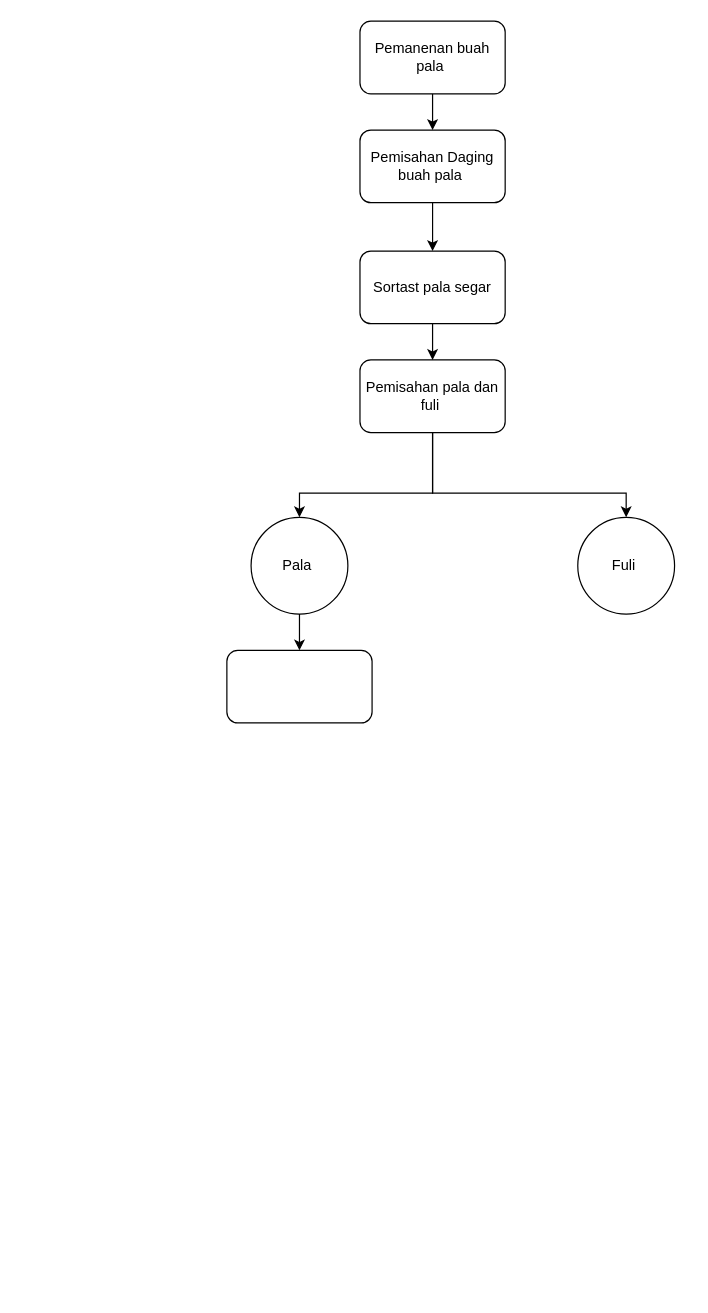
Before: alur pala gudang fakfak.drawio in dewikiswani/buku, a draw.io diagram. Source tidied: cells renumbered, new cells numbered last; positions are measured from the earlier drawing's top-left corner, leaving out a move shared by most shapes. Both pictures are drawn from the tidied source at 121%, with x=0, y=0 at pixel (226, 21).
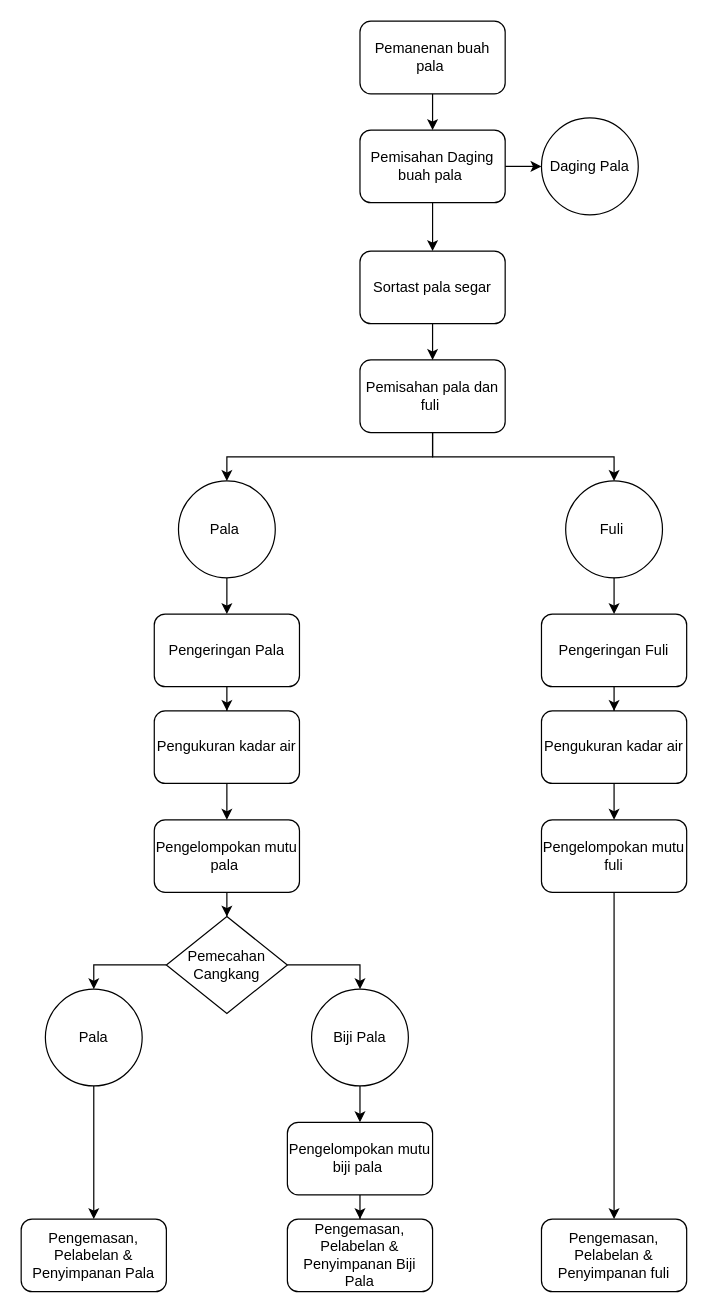
Above is the later version.

Unchanged cells that the change refers to:
```xml
<mxCell id="5" value="Pemisahan Daging buah pala&amp;nbsp;" style="whiteSpace=wrap;html=1;rounded=1;" parent="1" vertex="1">
  <mxGeometry x="110" y="90" width="120" height="60" as="geometry" />
</mxCell>
<mxCell id="9" value="Pemisahan pala dan fuli&amp;nbsp;" style="whiteSpace=wrap;html=1;rounded=1;" parent="1" vertex="1">
  <mxGeometry x="110" y="280" width="120" height="60" as="geometry" />
</mxCell>
```

Change to the diagram source:
```diff
@@
+    <mxCell id="15" style="edgeStyle=orthogonalEdgeStyle;rounded=0;jettySize=auto;html=1;exitX=1;exitY=0.5;exitDx=0;exitDy=0;entryX=0;entryY=0.5;entryDx=0;entryDy=0;" parent="1" edge="1" source="5" target="40">
+      <mxGeometry relative="1" as="geometry" />
+    </mxCell>
@@
     <mxCell id="8" style="edgeStyle=orthogonalEdgeStyle;rounded=0;jettySize=auto;html=1;entryX=0.5;entryY=0;entryDx=0;entryDy=0;" parent="1" edge="1" source="9" target="11">
       <mxGeometry relative="1" as="geometry">
         <Array as="points">
-          <mxPoint x="170" y="390" />
-          <mxPoint x="60" y="390" />
+          <mxPoint x="170" y="360" />
+          <mxPoint y="360" />
         </Array>
       </mxGeometry>
     </mxCell>
@@
     <mxCell id="11" value="Pala&amp;nbsp;" style="ellipse;whiteSpace=wrap;html=1;" parent="1" vertex="1">
-      <mxGeometry x="20" y="410" width="80" height="80" as="geometry" />
+      <mxGeometry x="-40" y="380" width="80" height="80" as="geometry" />
     </mxCell>
     <mxCell id="12" value="Fuli&amp;nbsp;" style="ellipse;whiteSpace=wrap;html=1;" parent="1" vertex="1">
-      <mxGeometry x="290" y="410" width="80" height="80" as="geometry" />
+      <mxGeometry x="280" y="380" width="80" height="80" as="geometry" />
     </mxCell>
     <mxCell id="13" style="edgeStyle=orthogonalEdgeStyle;rounded=0;jettySize=auto;html=1;exitX=0.5;exitY=1;exitDx=0;exitDy=0;entryX=0.5;entryY=0;entryDx=0;entryDy=0;" parent="1" edge="1" source="9" target="12">
       <mxGeometry relative="1" as="geometry">
         <Array as="points">
-          <mxPoint x="170" y="390" />
-          <mxPoint x="330" y="390" />
+          <mxPoint x="170" y="360" />
+          <mxPoint x="320" y="360" />
         </Array>
       </mxGeometry>
     </mxCell>
+    <mxCell id="16" style="edgeStyle=orthogonalEdgeStyle;rounded=0;jettySize=auto;html=1;" parent="1" edge="1" source="14" target="18">
+      <mxGeometry relative="1" as="geometry" />
+    </mxCell>
-    <mxCell id="14" style="rounded=1;whiteSpace=wrap;html=1;" parent="1" vertex="1">
-      <mxGeometry y="520" width="120" height="60" as="geometry" />
+    <mxCell id="14" value="Pengeringan Pala" style="rounded=1;whiteSpace=wrap;html=1;" parent="1" vertex="1">
+      <mxGeometry x="-60" y="490" width="120" height="60" as="geometry" />
     </mxCell>
+    <mxCell id="17" style="edgeStyle=orthogonalEdgeStyle;rounded=0;jettySize=auto;html=1;" parent="1" edge="1" source="18" target="20">
+      <mxGeometry relative="1" as="geometry" />
+    </mxCell>
+    <mxCell id="18" value="Pengukuran kadar air" style="rounded=1;whiteSpace=wrap;html=1;" parent="1" vertex="1">
+      <mxGeometry x="-60" y="570" width="120" height="60" as="geometry" />
+    </mxCell>
+    <mxCell id="19" style="edgeStyle=orthogonalEdgeStyle;rounded=0;jettySize=auto;html=1;" parent="1" edge="1" source="20" target="30">
+      <mxGeometry relative="1" as="geometry" />
+    </mxCell>
+    <mxCell id="20" value="Pengelompokan mutu pala&amp;nbsp;" style="rounded=1;whiteSpace=wrap;html=1;" parent="1" vertex="1">
+      <mxGeometry x="-60" y="660" width="120" height="60" as="geometry" />
+    </mxCell>
+    <mxCell id="21" style="edgeStyle=orthogonalEdgeStyle;rounded=0;jettySize=auto;html=1;" parent="1" edge="1" source="22" target="24">
+      <mxGeometry relative="1" as="geometry" />
+    </mxCell>
+    <mxCell id="22" value="Pengeringan Fuli" style="rounded=1;whiteSpace=wrap;html=1;" parent="1" vertex="1">
+      <mxGeometry x="260" y="490" width="120" height="60" as="geometry" />
+    </mxCell>
+    <mxCell id="23" style="edgeStyle=orthogonalEdgeStyle;rounded=0;jettySize=auto;html=1;" parent="1" edge="1" source="24" target="26">
+      <mxGeometry relative="1" as="geometry" />
+    </mxCell>
+    <mxCell id="24" value="Pengukuran kadar air" style="rounded=1;whiteSpace=wrap;html=1;" parent="1" vertex="1">
+      <mxGeometry x="260" y="570" width="120" height="60" as="geometry" />
+    </mxCell>
+    <mxCell id="25" style="edgeStyle=orthogonalEdgeStyle;rounded=0;jettySize=auto;html=1;exitX=0.5;exitY=1;exitDx=0;exitDy=0;entryX=0.5;entryY=0;entryDx=0;entryDy=0;" parent="1" edge="1" source="26" target="39">
+      <mxGeometry relative="1" as="geometry" />
+    </mxCell>
+    <mxCell id="26" value="Pengelompokan mutu fuli" style="rounded=1;whiteSpace=wrap;html=1;" parent="1" vertex="1">
+      <mxGeometry x="260" y="660" width="120" height="60" as="geometry" />
+    </mxCell>
+    <mxCell id="27" style="endArrow=classic;html=1;entryX=0.5;entryY=0;entryDx=0;entryDy=0;" parent="1" edge="1" target="22">
+      <mxGeometry relative="1" as="geometry">
+        <mxPoint x="320" y="460" as="sourcePoint" />
+      </mxGeometry>
+    </mxCell>
+    <mxCell id="28" style="edgeStyle=orthogonalEdgeStyle;rounded=0;jettySize=auto;html=1;entryX=0.5;entryY=0;entryDx=0;entryDy=0;" parent="1" edge="1" source="30" target="32">
+      <mxGeometry relative="1" as="geometry" />
+    </mxCell>
+    <mxCell id="29" style="edgeStyle=orthogonalEdgeStyle;rounded=0;jettySize=auto;html=1;entryX=0.5;entryY=0;entryDx=0;entryDy=0;" parent="1" edge="1" source="30" target="34">
+      <mxGeometry relative="1" as="geometry" />
+    </mxCell>
+    <mxCell id="30" value="Pemecahan Cangkang" style="rhombus;whiteSpace=wrap;html=1;rounded=0;" parent="1" vertex="1">
+      <mxGeometry x="-50" y="740" width="100" height="80" as="geometry" />
+    </mxCell>
+    <mxCell id="31" style="edgeStyle=orthogonalEdgeStyle;rounded=0;jettySize=auto;html=1;exitX=0.5;exitY=1;exitDx=0;exitDy=0;" parent="1" edge="1" source="32" target="36">
+      <mxGeometry relative="1" as="geometry" />
+    </mxCell>
+    <mxCell id="32" value="Biji Pala" style="ellipse;whiteSpace=wrap;html=1;rounded=0;" parent="1" vertex="1">
+      <mxGeometry x="70" y="800" width="80" height="80" as="geometry" />
+    </mxCell>
+    <mxCell id="33" style="edgeStyle=orthogonalEdgeStyle;rounded=0;jettySize=auto;html=1;exitX=0.5;exitY=1;exitDx=0;exitDy=0;entryX=0.5;entryY=0;entryDx=0;entryDy=0;" parent="1" edge="1" source="34" target="38">
+      <mxGeometry relative="1" as="geometry" />
+    </mxCell>
+    <mxCell id="34" value="Pala" style="ellipse;whiteSpace=wrap;html=1;rounded=0;" parent="1" vertex="1">
+      <mxGeometry x="-150" y="800" width="80" height="80" as="geometry" />
+    </mxCell>
+    <mxCell id="35" style="edgeStyle=orthogonalEdgeStyle;rounded=0;jettySize=auto;html=1;" parent="1" edge="1" source="36" target="37">
+      <mxGeometry relative="1" as="geometry" />
+    </mxCell>
+    <mxCell id="36" value="Pengelompokan mutu biji pala&amp;nbsp;" style="rounded=1;whiteSpace=wrap;html=1;" parent="1" vertex="1">
+      <mxGeometry x="50" y="910" width="120" height="60" as="geometry" />
+    </mxCell>
+    <mxCell id="37" value="Pengemasan, Pelabelan &amp;amp; Penyimpanan Biji Pala" style="rounded=1;whiteSpace=wrap;html=1;" parent="1" vertex="1">
+      <mxGeometry x="50" y="990" width="120" height="60" as="geometry" />
+    </mxCell>
+    <mxCell id="38" value="Pengemasan, Pelabelan &amp;amp; Penyimpanan Pala" style="rounded=1;whiteSpace=wrap;html=1;" parent="1" vertex="1">
+      <mxGeometry x="-170" y="990" width="120" height="60" as="geometry" />
+    </mxCell>
+    <mxCell id="39" value="Pengemasan, Pelabelan &amp;amp; Penyimpanan fuli" style="rounded=1;whiteSpace=wrap;html=1;" parent="1" vertex="1">
+      <mxGeometry x="260" y="990" width="120" height="60" as="geometry" />
+    </mxCell>
+    <mxCell id="40" value="Daging Pala" style="ellipse;whiteSpace=wrap;html=1;rounded=0;" parent="1" vertex="1">
+      <mxGeometry x="260" y="80" width="80" height="80" as="geometry" />
+    </mxCell>
```
